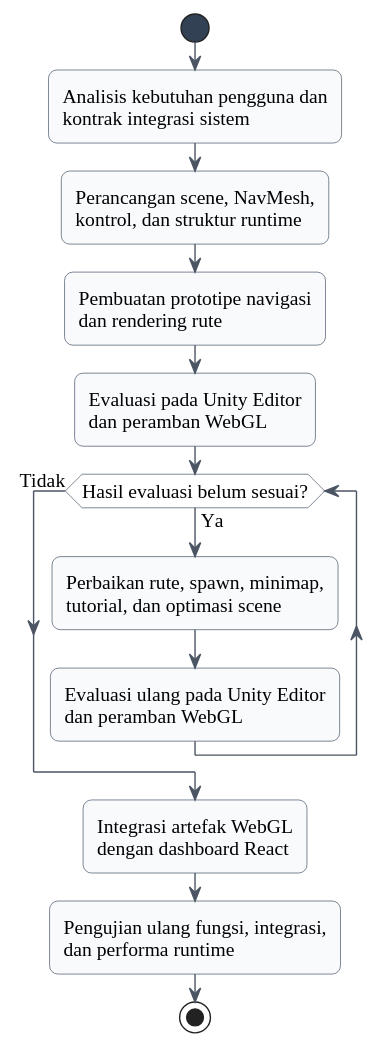
This is diagrams/gambar-2.10-tahap-pengembangan.svg from Jokskuyy/workflow-ta-proyek, a PlantUML export, as it was before one commit. The source it was exported from:
```plantuml
@startuml
skinparam defaultFontName "Times New Roman"
skinparam defaultFontSize 14
skinparam shadowing false
skinparam roundcorner 12
skinparam ArrowColor #4B5563
skinparam activity {
  FontName "Times New Roman"
  FontStyle plain
  BackgroundColor #F8FAFC
  BorderColor #475569
  DiamondBackgroundColor #FFFFFF
  DiamondBorderColor #475569
  StartColor #334155
  EndColor #334155
}

start
:Analisis kebutuhan pengguna dan\nkontrak integrasi sistem;
:Perancangan scene, NavMesh,\nkontrol, dan struktur runtime;
:Pembuatan prototipe navigasi\ndan rendering rute;
:Evaluasi pada Unity Editor\ndan peramban WebGL;
while (Hasil evaluasi belum sesuai?) is (Ya)
  :Perbaikan rute, spawn, minimap,\ntutorial, dan optimasi scene;
  :Evaluasi ulang pada Unity Editor\ndan peramban WebGL;
endwhile (Tidak)
:Integrasi artefak WebGL\ndengan dashboard React;
:Pengujian ulang fungsi, integrasi,\ndan performa runtime;
stop
@enduml
```
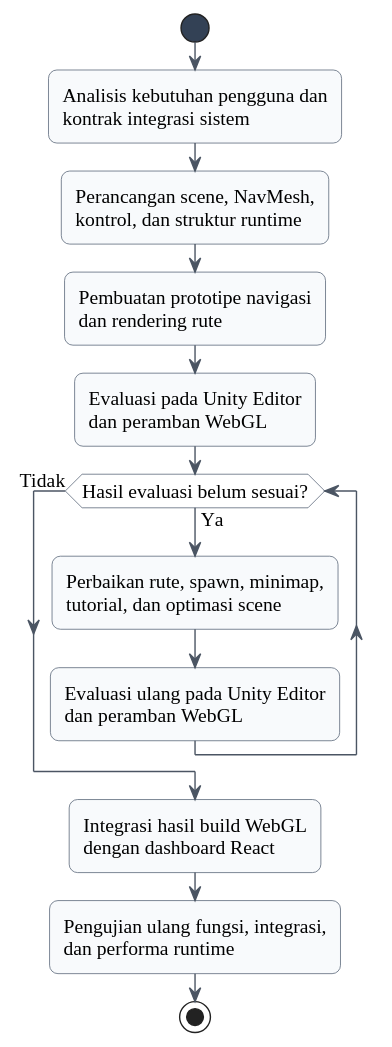
Above is the later version.

Diff of the diagram source:
```diff
@@ -24,7 +24,7 @@
   :Perbaikan rute, spawn, minimap,\ntutorial, dan optimasi scene;
   :Evaluasi ulang pada Unity Editor\ndan peramban WebGL;
 endwhile (Tidak)
-:Integrasi artefak WebGL\ndengan dashboard React;
+:Integrasi hasil build WebGL\ndengan dashboard React;
 :Pengujian ulang fungsi, integrasi,\ndan performa runtime;
 stop
 @enduml
```
